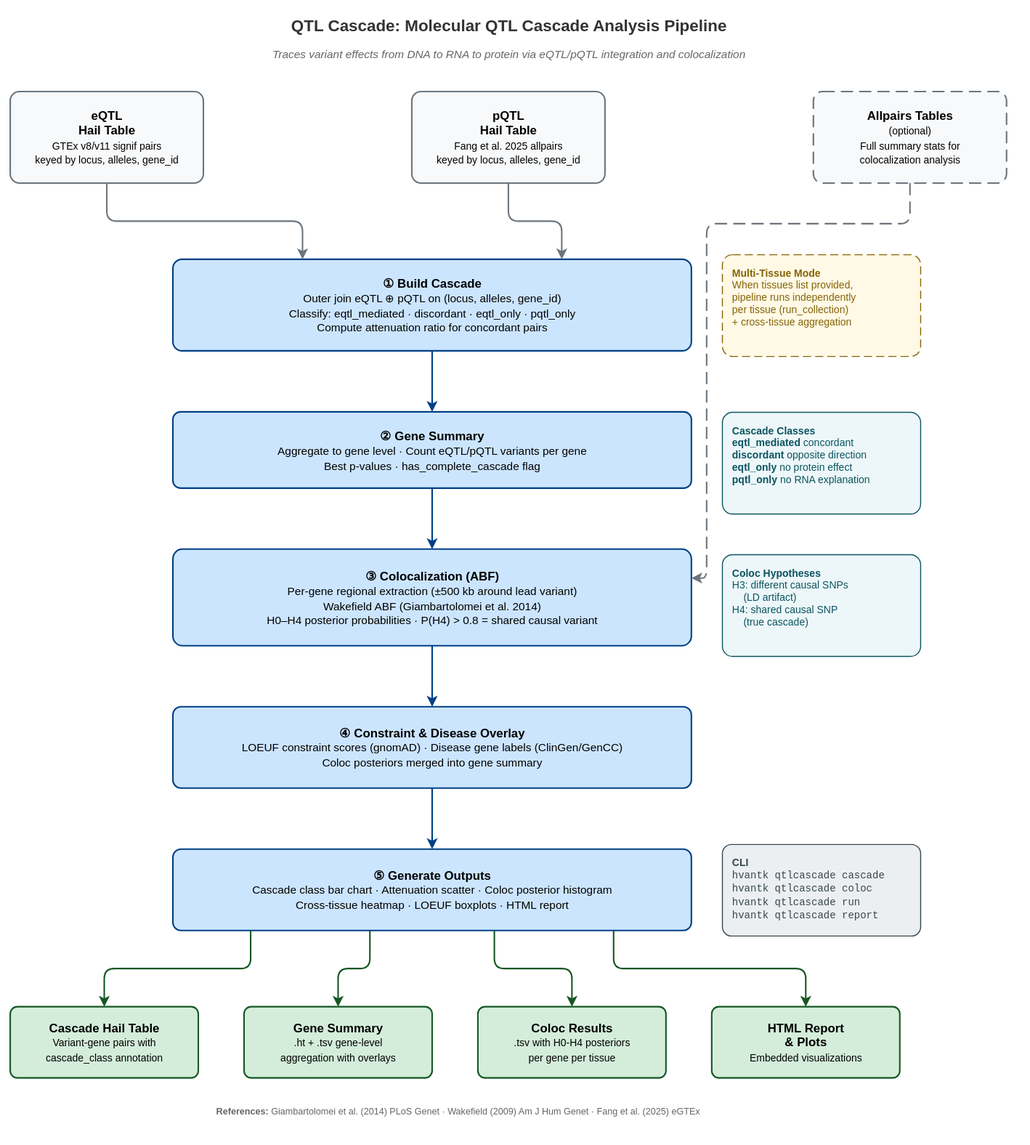
Earlier version of the draw.io export docs_site/images/hvantk-qtlcascade-workflow.svg (bigbio/hvantk). Source tidied: cells renumbered, new cells last; positions are measured from the earlier drawing's top-left corner, leaving out a move shared by most shapes.
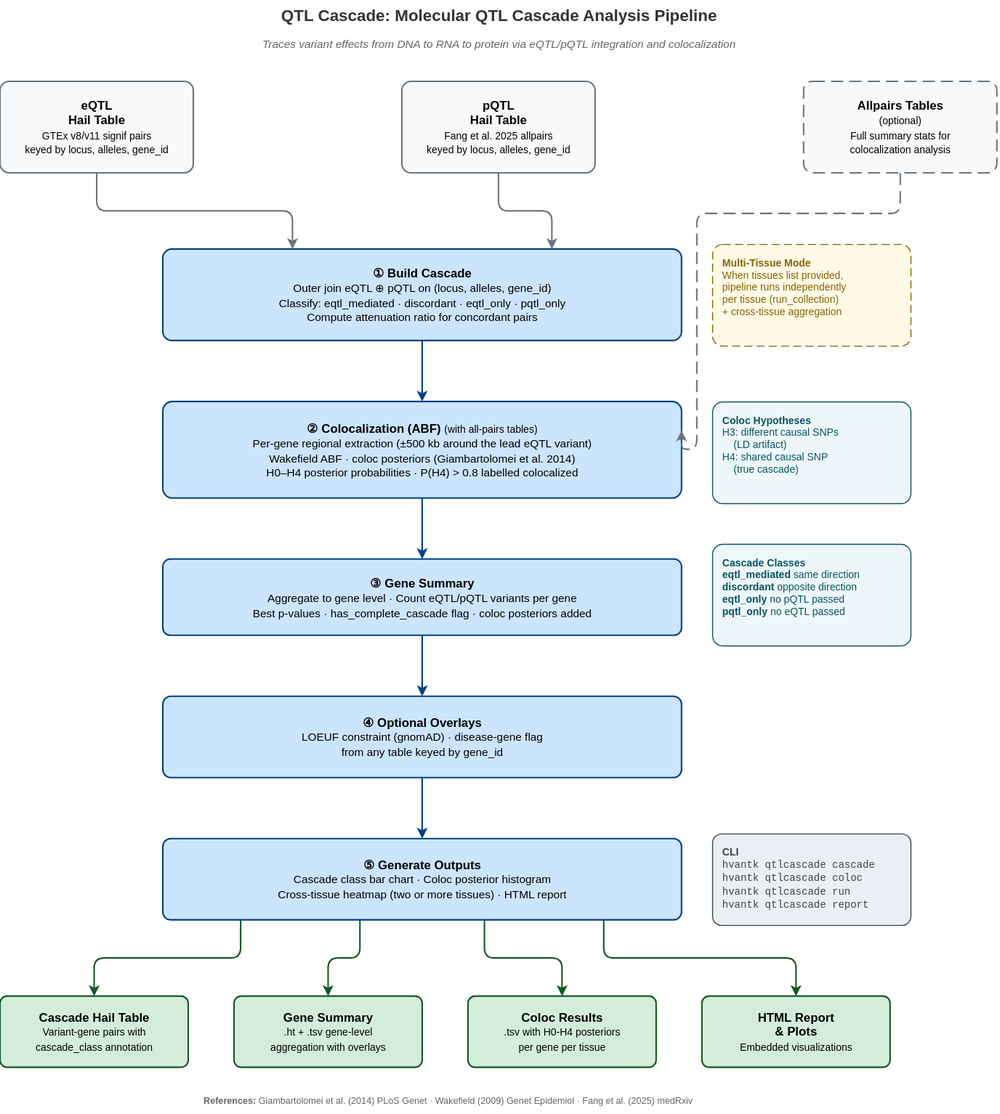
After the change.

Change to the diagram source:
```diff
@@ -20,26 +20,26 @@
     <mxCell id="7" value="&lt;b&gt;① Build Cascade&lt;/b&gt;&lt;br/&gt;&lt;font style=&quot;font-size:11px&quot;&gt;Outer join eQTL ⊕ pQTL on (locus, alleles, gene_id)&lt;br/&gt;Classify: eqtl_mediated &amp;middot; discordant &amp;middot; eqtl_only &amp;middot; pqtl_only&lt;br/&gt;Compute attenuation ratio for concordant pairs&lt;/font&gt;" style="html=1;rounded=1;whiteSpace=wrap;fillColor=#cce5ff;strokeColor=#004085;strokeWidth=1.5;fontSize=12;fontFamily=Arial;arcSize=10;spacingTop=6;spacingBottom=6;" parent="1" vertex="1">
       <mxGeometry x="160" y="245" width="510" height="90" as="geometry" />
     </mxCell>
-    <mxCell id="8" value="&lt;b&gt;② Gene Summary&lt;/b&gt;&lt;br/&gt;&lt;font style=&quot;font-size:11px&quot;&gt;Aggregate to gene level &amp;middot; Count eQTL/pQTL variants per gene&lt;br/&gt;Best p-values &amp;middot; has_complete_cascade flag&lt;/font&gt;" style="html=1;rounded=1;whiteSpace=wrap;fillColor=#cce5ff;strokeColor=#004085;strokeWidth=1.5;fontSize=12;fontFamily=Arial;arcSize=10;spacingTop=6;spacingBottom=6;" parent="1" vertex="1">
-      <mxGeometry x="160" y="395" width="510" height="75" as="geometry" />
+    <mxCell id="8" value="&lt;b&gt;③ Gene Summary&lt;/b&gt;&lt;br/&gt;&lt;font style=&quot;font-size:11px&quot;&gt;Aggregate to gene level &amp;middot; Count eQTL/pQTL variants per gene&lt;br/&gt;Best p-values &amp;middot; has_complete_cascade flag &amp;middot; coloc posteriors added&lt;/font&gt;" style="html=1;rounded=1;whiteSpace=wrap;fillColor=#cce5ff;strokeColor=#004085;strokeWidth=1.5;fontSize=12;fontFamily=Arial;arcSize=10;spacingTop=6;spacingBottom=6;" parent="1" vertex="1">
+      <mxGeometry x="160" y="550" width="510" height="75" as="geometry" />
     </mxCell>
-    <mxCell id="9" value="&lt;b&gt;③ Colocalization (ABF)&lt;/b&gt;&lt;br/&gt;&lt;font style=&quot;font-size:11px&quot;&gt;Per-gene regional extraction (&amp;plusmn;500 kb around lead variant)&lt;br/&gt;Wakefield ABF (Giambartolomei et al. 2014)&lt;br/&gt;H0&amp;ndash;H4 posterior probabilities &amp;middot; P(H4) &amp;gt; 0.8 = shared causal variant&lt;/font&gt;" style="html=1;rounded=1;whiteSpace=wrap;fillColor=#cce5ff;strokeColor=#004085;strokeWidth=1.5;fontSize=12;fontFamily=Arial;arcSize=10;spacingTop=6;spacingBottom=6;" parent="1" vertex="1">
-      <mxGeometry x="160" y="530" width="510" height="95" as="geometry" />
+    <mxCell id="9" value="&lt;b&gt;② Colocalization (ABF)&lt;/b&gt; &lt;font style=&quot;font-size:10px&quot;&gt;(with all-pairs tables)&lt;/font&gt;&lt;br/&gt;&lt;font style=&quot;font-size:11px&quot;&gt;Per-gene regional extraction (&amp;plusmn;500 kb around the lead eQTL variant)&lt;br/&gt;Wakefield ABF &amp;middot; coloc posteriors (Giambartolomei et al. 2014)&lt;br/&gt;H0&amp;ndash;H4 posterior probabilities &amp;middot; P(H4) &amp;gt; 0.8 labelled colocalized&lt;/font&gt;" style="html=1;rounded=1;whiteSpace=wrap;fillColor=#cce5ff;strokeColor=#004085;strokeWidth=1.5;fontSize=12;fontFamily=Arial;arcSize=10;spacingTop=6;spacingBottom=6;" parent="1" vertex="1">
+      <mxGeometry x="160" y="395" width="510" height="95" as="geometry" />
     </mxCell>
-    <mxCell id="10" value="&lt;b&gt;④ Constraint &amp;amp; Disease Overlay&lt;/b&gt;&lt;br/&gt;&lt;font style=&quot;font-size:11px&quot;&gt;LOEUF constraint scores (gnomAD) &amp;middot; Disease gene labels (ClinGen/GenCC)&lt;br/&gt;Coloc posteriors merged into gene summary&lt;/font&gt;" style="html=1;rounded=1;whiteSpace=wrap;fillColor=#cce5ff;strokeColor=#004085;strokeWidth=1.5;fontSize=12;fontFamily=Arial;arcSize=10;spacingTop=6;spacingBottom=6;" parent="1" vertex="1">
+    <mxCell id="10" value="&lt;b&gt;④ Optional Overlays&lt;/b&gt;&lt;br/&gt;&lt;font style=&quot;font-size:11px&quot;&gt;LOEUF constraint (gnomAD) &amp;middot; disease-gene flag&lt;br/&gt;from any table keyed by gene_id&lt;/font&gt;" style="html=1;rounded=1;whiteSpace=wrap;fillColor=#cce5ff;strokeColor=#004085;strokeWidth=1.5;fontSize=12;fontFamily=Arial;arcSize=10;spacingTop=6;spacingBottom=6;" parent="1" vertex="1">
       <mxGeometry x="160" y="685" width="510" height="80" as="geometry" />
     </mxCell>
-    <mxCell id="11" value="&lt;b&gt;⑤ Generate Outputs&lt;/b&gt;&lt;br/&gt;&lt;font style=&quot;font-size:11px&quot;&gt;Cascade class bar chart &amp;middot; Attenuation scatter &amp;middot; Coloc posterior histogram&lt;br/&gt;Cross-tissue heatmap &amp;middot; LOEUF boxplots &amp;middot; HTML report&lt;/font&gt;" style="html=1;rounded=1;whiteSpace=wrap;fillColor=#cce5ff;strokeColor=#004085;strokeWidth=1.5;fontSize=12;fontFamily=Arial;arcSize=10;spacingTop=6;spacingBottom=6;" parent="1" vertex="1">
+    <mxCell id="11" value="&lt;b&gt;⑤ Generate Outputs&lt;/b&gt;&lt;br/&gt;&lt;font style=&quot;font-size:11px&quot;&gt;Cascade class bar chart &amp;middot; Coloc posterior histogram&lt;br/&gt;Cross-tissue heatmap (two or more tissues) &amp;middot; HTML report&lt;/font&gt;" style="html=1;rounded=1;whiteSpace=wrap;fillColor=#cce5ff;strokeColor=#004085;strokeWidth=1.5;fontSize=12;fontFamily=Arial;arcSize=10;spacingTop=6;spacingBottom=6;" parent="1" vertex="1">
       <mxGeometry x="160" y="825" width="510" height="80" as="geometry" />
     </mxCell>
     <mxCell id="12" value="&lt;font style=&quot;font-size:10px;color:#856404&quot;&gt;&lt;b&gt;Multi-Tissue Mode&lt;/b&gt;&lt;br/&gt;When tissues list provided,&lt;br/&gt;pipeline runs independently&lt;br/&gt;per tissue (run_collection)&lt;br/&gt;+ cross-tissue aggregation&lt;/font&gt;" style="text;html=1;align=left;verticalAlign=top;strokeColor=#856404;fillColor=#fff9e6;fontSize=10;fontFamily=Arial;rounded=1;arcSize=10;spacingTop=6;spacingLeft=8;spacingRight=8;strokeWidth=1;dashed=1;dashPattern=8 4;" parent="1" vertex="1">
       <mxGeometry x="700" y="240" width="195" height="100" as="geometry" />
     </mxCell>
-    <mxCell id="13" value="&lt;font style=&quot;font-size:10px;color:#0c5460&quot;&gt;&lt;b&gt;Cascade Classes&lt;/b&gt;&lt;br/&gt;&lt;b&gt;eqtl_mediated&lt;/b&gt; concordant&lt;br/&gt;&lt;b&gt;discordant&lt;/b&gt; opposite direction&lt;br/&gt;&lt;b&gt;eqtl_only&lt;/b&gt; no protein effect&lt;br/&gt;&lt;b&gt;pqtl_only&lt;/b&gt; no RNA explanation&lt;/font&gt;" style="text;html=1;align=left;verticalAlign=top;strokeColor=#0c5460;fillColor=#edf7f9;fontSize=10;fontFamily=Arial;rounded=1;arcSize=10;spacingTop=6;spacingLeft=8;spacingRight=8;strokeWidth=1;" parent="1" vertex="1">
-      <mxGeometry x="700" y="395" width="195" height="100" as="geometry" />
+    <mxCell id="13" value="&lt;font style=&quot;font-size:10px;color:#0c5460&quot;&gt;&lt;b&gt;Cascade Classes&lt;/b&gt;&lt;br/&gt;&lt;b&gt;eqtl_mediated&lt;/b&gt; same direction&lt;br/&gt;&lt;b&gt;discordant&lt;/b&gt; opposite direction&lt;br/&gt;&lt;b&gt;eqtl_only&lt;/b&gt; no pQTL passed&lt;br/&gt;&lt;b&gt;pqtl_only&lt;/b&gt; no eQTL passed&lt;/font&gt;" style="text;html=1;align=left;verticalAlign=top;strokeColor=#0c5460;fillColor=#edf7f9;fontSize=10;fontFamily=Arial;rounded=1;arcSize=10;spacingTop=6;spacingLeft=8;spacingRight=8;strokeWidth=1;" parent="1" vertex="1">
+      <mxGeometry x="700" y="535" width="195" height="100" as="geometry" />
     </mxCell>
     <mxCell id="14" value="&lt;font style=&quot;font-size:10px;color:#0c5460&quot;&gt;&lt;b&gt;Coloc Hypotheses&lt;/b&gt;&lt;br/&gt;H3: different causal SNPs&lt;br/&gt;&amp;nbsp;&amp;nbsp;&amp;nbsp;&amp;nbsp;(LD artifact)&lt;br/&gt;H4: shared causal SNP&lt;br/&gt;&amp;nbsp;&amp;nbsp;&amp;nbsp;&amp;nbsp;(true cascade)&lt;/font&gt;" style="text;html=1;align=left;verticalAlign=top;strokeColor=#0c5460;fillColor=#edf7f9;fontSize=10;fontFamily=Arial;rounded=1;arcSize=10;spacingTop=6;spacingLeft=8;spacingRight=8;strokeWidth=1;" parent="1" vertex="1">
-      <mxGeometry x="700" y="535" width="195" height="100" as="geometry" />
+      <mxGeometry x="700" y="395" width="195" height="100" as="geometry" />
     </mxCell>
     <mxCell id="15" value="&lt;b&gt;Cascade Hail Table&lt;/b&gt;&lt;br/&gt;&lt;font style=&quot;font-size:10px&quot;&gt;Variant-gene pairs with&lt;br/&gt;cascade_class annotation&lt;/font&gt;" style="html=1;rounded=1;whiteSpace=wrap;fillColor=#d4edda;strokeColor=#155724;strokeWidth=1.5;fontSize=12;fontFamily=Arial;arcSize=10;spacingTop=4;spacingBottom=4;" parent="1" vertex="1">
       <mxGeometry y="980" width="185" height="70" as="geometry" />
@@ -64,17 +64,17 @@
         <Array as="points">
           <mxPoint x="885" y="210" />
           <mxPoint x="685" y="210" />
-          <mxPoint x="685" y="559" />
+          <mxPoint x="685" y="442" />
         </Array>
       </mxGeometry>
     </mxCell>
-    <mxCell id="22" style="edgeStyle=orthogonalEdgeStyle;rounded=1;strokeColor=#004085;strokeWidth=1.5;exitX=0.5;exitY=1;entryX=0.5;entryY=0;" parent="1" edge="1" source="7" target="8">
+    <mxCell id="22" style="edgeStyle=orthogonalEdgeStyle;rounded=1;strokeColor=#004085;strokeWidth=1.5;exitX=0.5;exitY=1;entryX=0.5;entryY=0;" parent="1" edge="1" source="7" target="9">
       <mxGeometry relative="1" as="geometry" />
     </mxCell>
-    <mxCell id="23" style="edgeStyle=orthogonalEdgeStyle;rounded=1;strokeColor=#004085;strokeWidth=1.5;exitX=0.5;exitY=1;entryX=0.5;entryY=0;" parent="1" edge="1" source="8" target="9">
+    <mxCell id="23" style="edgeStyle=orthogonalEdgeStyle;rounded=1;strokeColor=#004085;strokeWidth=1.5;exitX=0.5;exitY=1;entryX=0.5;entryY=0;" parent="1" edge="1" source="9" target="8">
       <mxGeometry relative="1" as="geometry" />
     </mxCell>
-    <mxCell id="24" style="edgeStyle=orthogonalEdgeStyle;rounded=1;strokeColor=#004085;strokeWidth=1.5;exitX=0.5;exitY=1;entryX=0.5;entryY=0;" parent="1" edge="1" source="9" target="10">
+    <mxCell id="24" style="edgeStyle=orthogonalEdgeStyle;rounded=1;strokeColor=#004085;strokeWidth=1.5;exitX=0.5;exitY=1;entryX=0.5;entryY=0;" parent="1" edge="1" source="8" target="10">
       <mxGeometry relative="1" as="geometry" />
     </mxCell>
     <mxCell id="25" style="edgeStyle=orthogonalEdgeStyle;rounded=1;strokeColor=#004085;strokeWidth=1.5;exitX=0.5;exitY=1;entryX=0.5;entryY=0;" parent="1" edge="1" source="10" target="11">
@@ -95,7 +95,7 @@
     <mxCell id="30" value="&lt;font style=&quot;font-size:10px;color:#37474f&quot;&gt;&lt;b&gt;CLI&lt;/b&gt;&lt;br/&gt;&lt;font style=&quot;font-family:monospace&quot;&gt;hvantk qtlcascade cascade&lt;br/&gt;hvantk qtlcascade coloc&lt;br/&gt;hvantk qtlcascade run&lt;br/&gt;hvantk qtlcascade report&lt;/font&gt;&lt;/font&gt;" style="text;html=1;align=left;verticalAlign=top;strokeColor=#37474f;fillColor=#eceff1;fontSize=10;fontFamily=Arial;rounded=1;arcSize=10;spacingTop=6;spacingLeft=8;spacingRight=8;strokeWidth=1;" parent="1" vertex="1">
       <mxGeometry x="700" y="820" width="195" height="90" as="geometry" />
     </mxCell>
-    <mxCell id="31" value="&lt;font style=&quot;font-size:9px;color:#666666&quot;&gt;&lt;b&gt;References:&lt;/b&gt; Giambartolomei et al. (2014) PLoS Genet &amp;middot; Wakefield (2009) Am J Hum Genet &amp;middot; Fang et al. (2025) eGTEx&lt;/font&gt;" style="text;html=1;align=center;verticalAlign=middle;strokeColor=none;fillColor=none;fontSize=9;fontFamily=Arial;" parent="1" vertex="1">
+    <mxCell id="31" value="&lt;font style=&quot;font-size:9px;color:#666666&quot;&gt;&lt;b&gt;References:&lt;/b&gt; Giambartolomei et al. (2014) PLoS Genet &amp;middot; Wakefield (2009) Genet Epidemiol &amp;middot; Fang et al. (2025) medRxiv&lt;/font&gt;" style="text;html=1;align=center;verticalAlign=middle;strokeColor=none;fillColor=none;fontSize=9;fontFamily=Arial;" parent="1" vertex="1">
       <mxGeometry x="90" y="1070" width="700" height="25" as="geometry" />
     </mxCell>
   </root>
```
